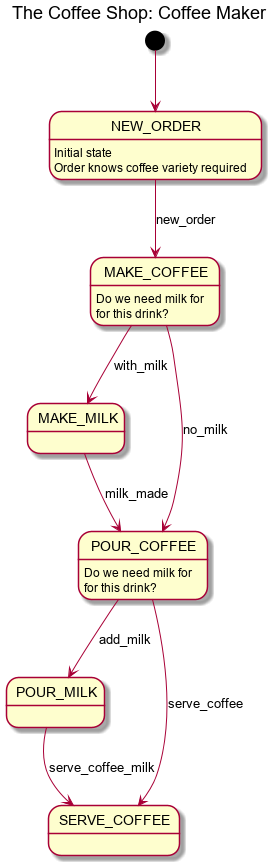
Earlier version of the PlantUML export pics/coffee_shop.png (the-matrix/the-coffee-machine).
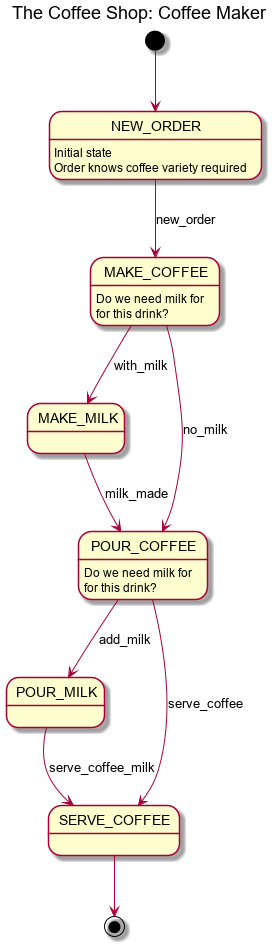
Above is the later version.

Commit message:
update workflow diagram

Change to the diagram source:
```diff
@@ -16,5 +16,6 @@
 POUR_COFFEE: for this drink?
 POUR_MILK --> SERVE_COFFEE: serve_coffee_milk
 POUR_COFFEE --> SERVE_COFFEE: serve_coffee
+SERVE_COFFEE --> [*]
 
 @enduml
```
